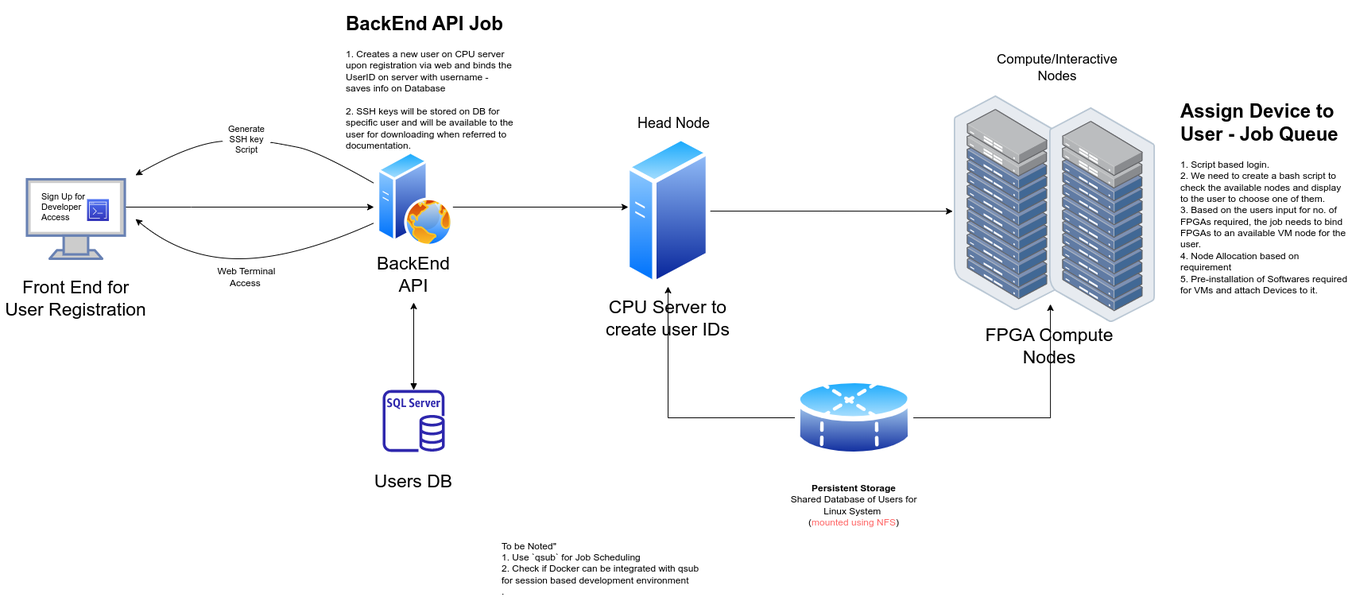
Before: Intel DevCloud Flow.drawio.png, a diagram exported from draw.io (belanasaikiran/FlowCharts). Source tidied: cells renumbered, new cells last; positions are measured from the earlier drawing's top-left corner, leaving out a move shared by most shapes.
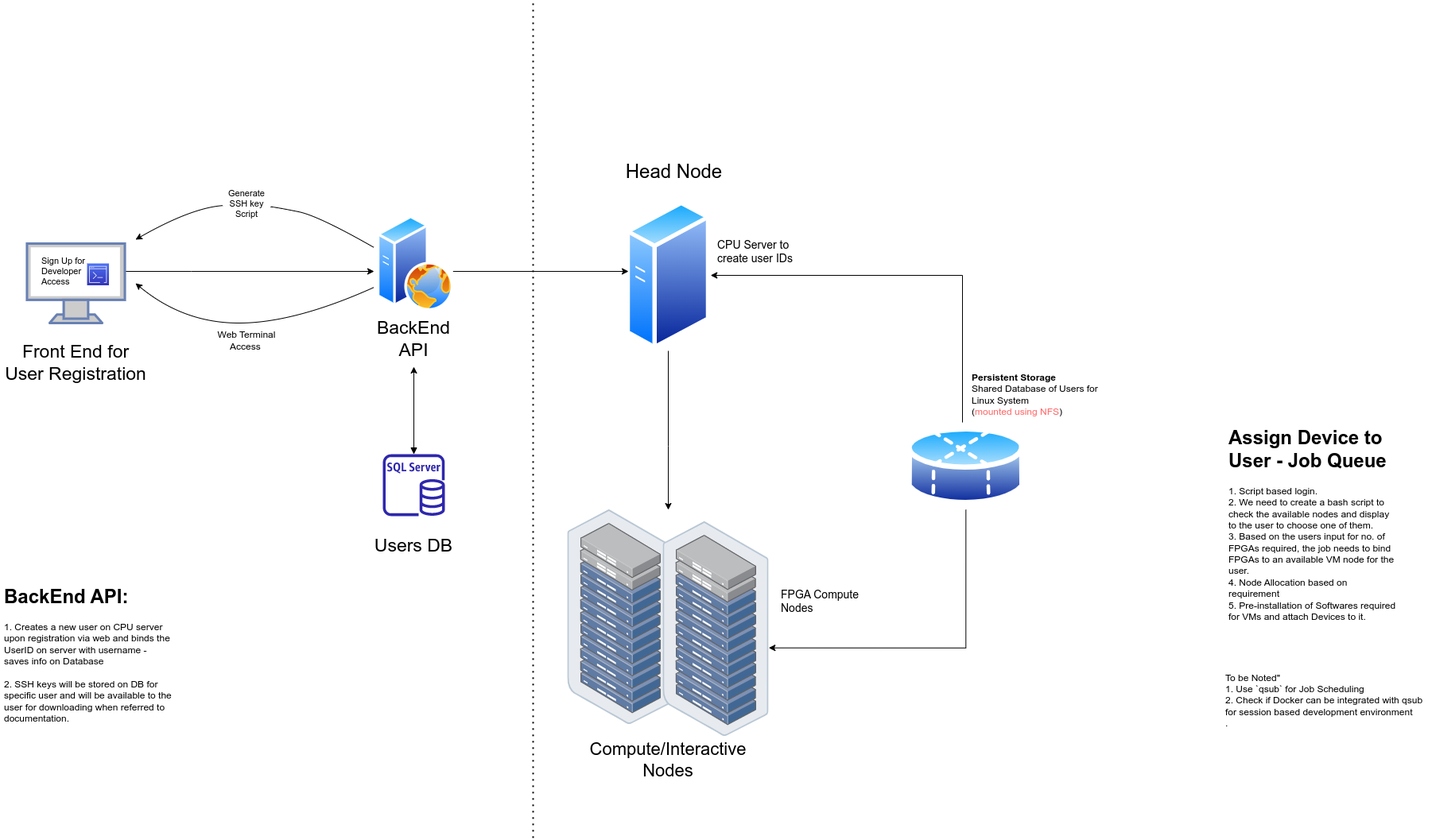
After the change.

Diff of the diagram source:
```diff
@@ -20,9 +20,6 @@
     <mxCell id="5" style="group;" parent="1" vertex="1">
       <mxGeometry x="750" y="185" width="180" height="200" as="geometry" />
     </mxCell>
-    <mxCell id="6" value="CPU Server to create user IDs" style="text;html=1;strokeColor=none;fillColor=none;align=center;verticalAlign=middle;whiteSpace=wrap;rounded=0;fontSize=23;" parent="5" vertex="1">
-      <mxGeometry y="190" width="180" height="30" as="geometry" />
-    </mxCell>
     <mxCell id="7" style="perimeter=ellipsePerimeter;html=1;align=center;shadow=0;dashed=0;spacingTop=3;image;image=img/lib/active_directory/generic_server.svg;fontSize=23;" parent="5" vertex="1">
       <mxGeometry x="36.8" y="-25" width="106.4" height="190" as="geometry" />
     </mxCell>
@@ -39,11 +36,16 @@
         <mxPoint x="520" y="370" as="targetPoint" />
       </mxGeometry>
     </mxCell>
-    <mxCell id="10" value="FPGA Compute Nodes" style="text;html=1;strokeColor=none;fillColor=none;align=center;verticalAlign=middle;whiteSpace=wrap;rounded=0;fontSize=23;" parent="1" vertex="1">
-      <mxGeometry x="1230" y="410" width="180" height="30" as="geometry" />
+    <mxCell id="10" value="FPGA Compute Nodes" style="text;html=1;strokeColor=none;fillColor=none;align=left;verticalAlign=middle;whiteSpace=wrap;rounded=0;fontSize=14;" parent="1" vertex="1">
+      <mxGeometry x="980" y="650" width="120" height="30" as="geometry" />
     </mxCell>
-    <mxCell id="11" style="edgeStyle=orthogonalEdgeStyle;rounded=0;jettySize=auto;html=1;fontSize=23;entryX=-0.014;entryY=0.538;entryDx=0;entryDy=0;entryPerimeter=0;" parent="1" edge="1" source="7" target="19">
-      <mxGeometry relative="1" as="geometry" />
+    <mxCell id="11" style="edgeStyle=orthogonalEdgeStyle;rounded=0;jettySize=auto;html=1;fontSize=23;" parent="1" edge="1" source="7" target="19">
+      <mxGeometry relative="1" as="geometry">
+        <Array as="points">
+          <mxPoint x="840" y="470" />
+          <mxPoint x="840" y="470" />
+        </Array>
+      </mxGeometry>
     </mxCell>
     <mxCell id="12" style="group;" parent="1" vertex="1">
       <mxGeometry x="430" y="480" width="180" height="130" as="geometry" />
@@ -64,7 +66,7 @@
       <mxGeometry x="14" width="96" height="120" as="geometry" />
     </mxCell>
     <mxCell id="18" style="group;" parent="1" vertex="1">
-      <mxGeometry x="1200" y="110" width="253.2" height="285" as="geometry" />
+      <mxGeometry x="713.4" y="550" width="253.2" height="285" as="geometry" />
     </mxCell>
     <mxCell id="19" style="points=[];html=1;align=center;shadow=0;dashed=0;image;image=img/lib/allied_telesis/storage/Datacenter_Server_Rack_ToR.svg;fontSize=11;" parent="18" vertex="1">
       <mxGeometry width="133.2" height="270" as="geometry" />
@@ -105,11 +107,11 @@
         </Array>
       </mxGeometry>
     </mxCell>
-    <mxCell id="26" value="&lt;h1&gt;&lt;span style=&quot;background-color: initial;&quot;&gt;BackEnd API Job&lt;/span&gt;&lt;/h1&gt;&lt;div&gt;&lt;span style=&quot;font-size: 12px; font-weight: 400;&quot;&gt;1. Creates a new user on CPU server upon registration via web and binds the UserID on server with username - saves info on Database&lt;/span&gt;&lt;/div&gt;&lt;div&gt;&lt;span style=&quot;font-size: 12px; font-weight: 400;&quot;&gt;&lt;br&gt;&lt;/span&gt;&lt;/div&gt;&lt;div&gt;&lt;span style=&quot;font-size: 12px; font-weight: 400;&quot;&gt;2. SSH keys will be stored on DB for specific user and will be available to the user for downloading when referred to documentation.&lt;/span&gt;&lt;/div&gt;&lt;div&gt;&lt;span style=&quot;font-size: 12px; font-weight: 400;&quot;&gt;&lt;br&gt;&lt;/span&gt;&lt;/div&gt;" style="text;html=1;strokeColor=none;fillColor=none;spacing=5;spacingTop=-20;whiteSpace=wrap;overflow=hidden;rounded=0;" parent="1" vertex="1">
-      <mxGeometry x="430" width="220" height="180" as="geometry" />
+    <mxCell id="26" value="&lt;h1&gt;&lt;span style=&quot;background-color: initial;&quot;&gt;BackEnd API:&lt;/span&gt;&lt;/h1&gt;&lt;div&gt;&lt;span style=&quot;font-size: 12px; font-weight: 400;&quot;&gt;1. Creates a new user on CPU server upon registration via web and binds the UserID on server with username - saves info on Database&lt;/span&gt;&lt;/div&gt;&lt;div&gt;&lt;span style=&quot;font-size: 12px; font-weight: 400;&quot;&gt;&lt;br&gt;&lt;/span&gt;&lt;/div&gt;&lt;div&gt;&lt;span style=&quot;font-size: 12px; font-weight: 400;&quot;&gt;2. SSH keys will be stored on DB for specific user and will be available to the user for downloading when referred to documentation.&lt;/span&gt;&lt;/div&gt;&lt;div&gt;&lt;span style=&quot;font-size: 12px; font-weight: 400;&quot;&gt;&lt;br&gt;&lt;/span&gt;&lt;/div&gt;" style="text;html=1;strokeColor=none;fillColor=none;spacing=5;spacingTop=-20;whiteSpace=wrap;overflow=hidden;rounded=0;" parent="1" vertex="1">
+      <mxGeometry y="640" width="220" height="180" as="geometry" />
     </mxCell>
     <mxCell id="27" value="&lt;h1&gt;&lt;span style=&quot;background-color: initial;&quot;&gt;Assign Device to User - Job Queue&lt;/span&gt;&lt;/h1&gt;&lt;div&gt;&lt;span style=&quot;font-size: 12px; font-weight: 400;&quot;&gt;1. Script based login.&amp;nbsp;&lt;/span&gt;&lt;/div&gt;&lt;div&gt;&lt;span style=&quot;font-size: 12px; font-weight: 400;&quot;&gt;2. We need to create a bash script to check the available nodes and display to the user to choose one of them.&lt;/span&gt;&lt;/div&gt;&lt;div&gt;&lt;span style=&quot;font-size: 12px; font-weight: 400;&quot;&gt;3. Based on the users input for no. of FPGAs required, the job needs to bind FPGAs to an available VM node for the user.&lt;/span&gt;&lt;/div&gt;&lt;div&gt;&lt;span style=&quot;font-size: 12px; font-weight: 400;&quot;&gt;4. Node Allocation based on requirement&lt;/span&gt;&lt;/div&gt;&lt;div&gt;&lt;span style=&quot;font-size: 12px; font-weight: 400;&quot;&gt;5. Pre-installation of Softwares required for VMs and attach Devices to it.&lt;/span&gt;&lt;/div&gt;" style="text;html=1;strokeColor=none;fillColor=none;spacing=5;spacingTop=-20;whiteSpace=wrap;overflow=hidden;rounded=0;" parent="1" vertex="1">
-      <mxGeometry x="1480" y="110" width="220" height="250" as="geometry" />
+      <mxGeometry x="1540" y="440" width="220" height="250" as="geometry" />
     </mxCell>
     <mxCell id="28" style="group;" parent="1" vertex="1">
       <mxGeometry x="50" y="230" width="86.5" height="40" as="geometry" />
@@ -121,25 +123,38 @@
       <mxGeometry x="59" y="10" width="27.5" height="27.5" as="geometry" />
     </mxCell>
     <mxCell id="31" value="&lt;div style=&quot;text-align: left;&quot;&gt;&lt;span style=&quot;background-color: initial;&quot;&gt;To be Noted&quot;&lt;/span&gt;&lt;/div&gt;&lt;div style=&quot;text-align: left;&quot;&gt;&lt;span style=&quot;background-color: initial;&quot;&gt;1. Use `qsub` for Job Scheduling&lt;/span&gt;&lt;/div&gt;&lt;div style=&quot;text-align: left;&quot;&gt;&lt;span style=&quot;background-color: initial;&quot;&gt;2. Check if Docker can be integrated with qsub for session based development environment&lt;/span&gt;&lt;/div&gt;&lt;div style=&quot;text-align: left;&quot;&gt;&lt;span style=&quot;background-color: initial;&quot;&gt;.&lt;/span&gt;&lt;/div&gt;" style="text;html=1;strokeColor=none;fillColor=none;align=center;verticalAlign=middle;whiteSpace=wrap;rounded=0;" parent="1" vertex="1">
-      <mxGeometry x="630" y="660" width="260" height="90" as="geometry" />
+      <mxGeometry x="1540" y="745" width="260" height="90" as="geometry" />
     </mxCell>
-    <mxCell id="32" style="edgeStyle=orthogonalEdgeStyle;rounded=0;jettySize=auto;html=1;exitX=0;exitY=0.5;exitDx=0;exitDy=0;entryX=0.5;entryY=1;entryDx=0;entryDy=0;" parent="1" edge="1" source="34" target="7">
-      <mxGeometry relative="1" as="geometry" />
+    <mxCell id="32" style="edgeStyle=orthogonalEdgeStyle;rounded=0;jettySize=auto;html=1;entryX=1;entryY=0.5;entryDx=0;entryDy=0;fontSize=18;" parent="1" edge="1" source="34" target="7">
+      <mxGeometry relative="1" as="geometry">
+        <Array as="points">
+          <mxPoint x="1210" y="255" />
+        </Array>
+      </mxGeometry>
     </mxCell>
-    <mxCell id="33" style="edgeStyle=orthogonalEdgeStyle;rounded=0;jettySize=auto;html=1;entryX=0.008;entryY=0.915;entryDx=0;entryDy=0;entryPerimeter=0;" parent="1" edge="1" source="34" target="20">
+    <mxCell id="33" style="edgeStyle=orthogonalEdgeStyle;rounded=0;jettySize=auto;html=1;exitX=0.5;exitY=1;exitDx=0;exitDy=0;entryX=0.998;entryY=0.588;entryDx=0;entryDy=0;entryPerimeter=0;fontSize=18;" parent="1" edge="1" source="34" target="20">
       <mxGeometry relative="1" as="geometry" />
     </mxCell>
     <mxCell id="34" style="perimeter=ellipsePerimeter;html=1;align=center;shadow=0;dashed=0;spacingTop=3;image;image=img/lib/active_directory/database_partition_4.svg;" parent="1" vertex="1">
-      <mxGeometry x="1000" y="460" width="148.7" height="110" as="geometry" />
+      <mxGeometry x="1140" y="440" width="148.7" height="110" as="geometry" />
     </mxCell>
-    <mxCell id="35" value="&lt;b&gt;Persistent Storage&lt;/b&gt;&lt;br&gt;Shared Database of Users for Linux System&amp;nbsp;&lt;br&gt;(&lt;font color=&quot;#ff6666&quot;&gt;mounted using NFS&lt;/font&gt;)" style="text;html=1;strokeColor=none;fillColor=none;align=center;verticalAlign=middle;whiteSpace=wrap;rounded=0;" parent="1" vertex="1">
-      <mxGeometry x="984.3" y="590" width="180" height="70" as="geometry" />
+    <mxCell id="35" value="&lt;b&gt;Persistent Storage&lt;/b&gt;&lt;br&gt;Shared Database of Users for Linux System&amp;nbsp;&lt;br&gt;(&lt;font color=&quot;#ff6666&quot;&gt;mounted using NFS&lt;/font&gt;)" style="text;html=1;strokeColor=none;fillColor=none;align=left;verticalAlign=middle;whiteSpace=wrap;rounded=0;" parent="1" vertex="1">
+      <mxGeometry x="1220" y="370" width="180" height="70" as="geometry" />
     </mxCell>
-    <mxCell id="36" value="&lt;font style=&quot;font-size: 18px;&quot;&gt;Head Node&lt;/font&gt;" style="text;html=1;strokeColor=none;fillColor=none;align=center;verticalAlign=middle;whiteSpace=wrap;rounded=0;" parent="1" vertex="1">
-      <mxGeometry x="795" y="130" width="105" height="30" as="geometry" />
+    <mxCell id="36" value="&lt;font style=&quot;font-size: 24px;&quot;&gt;Head Node&lt;/font&gt;" style="text;html=1;strokeColor=none;fillColor=none;align=center;verticalAlign=middle;whiteSpace=wrap;rounded=0;" parent="1" vertex="1">
+      <mxGeometry x="740" y="110" width="215" height="30" as="geometry" />
     </mxCell>
-    <mxCell id="37" value="&lt;font style=&quot;font-size: 17px;&quot;&gt;Compute/Interactive Nodes&lt;/font&gt;" style="text;html=1;strokeColor=none;fillColor=none;align=center;verticalAlign=middle;whiteSpace=wrap;rounded=0;" parent="1" vertex="1">
-      <mxGeometry x="1260" y="60" width="140" height="30" as="geometry" />
+    <mxCell id="37" value="&lt;font style=&quot;font-size: 22px;&quot;&gt;Compute/Interactive Nodes&lt;/font&gt;" style="text;html=1;strokeColor=none;fillColor=none;align=center;verticalAlign=middle;whiteSpace=wrap;rounded=0;fontSize=22;" parent="1" vertex="1">
+      <mxGeometry x="770" y="850" width="140" height="30" as="geometry" />
     </mxCell>
+    <mxCell id="6" value="CPU Server to create user IDs" style="text;html=1;strokeColor=none;fillColor=none;align=left;verticalAlign=middle;whiteSpace=wrap;rounded=0;fontSize=14;" parent="1" vertex="1">
+      <mxGeometry x="900" y="210" width="116.8" height="30" as="geometry" />
+    </mxCell>
+    <mxCell id="38" style="endArrow=none;dashed=1;html=1;dashPattern=1 3;strokeWidth=2;rounded=0;fontSize=14;" parent="1" edge="1">
+      <mxGeometry relative="1" as="geometry">
+        <mxPoint x="670" y="962.9" as="sourcePoint" />
+        <mxPoint x="670" y="-90" as="targetPoint" />
+      </mxGeometry>
+    </mxCell>
   </root>
 </mxGraphModel>
```
